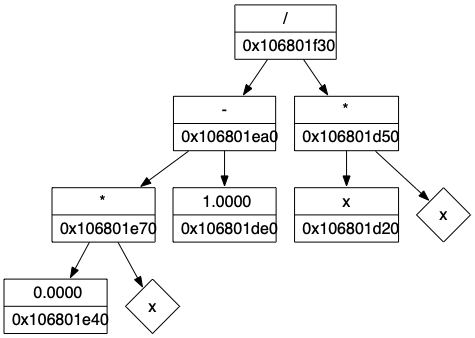
The Graphviz diagram dots/dotfile.dot.png in xmickos/Differentiator, before a commit. Its source is kept beside it as dots/dotfile.dot.
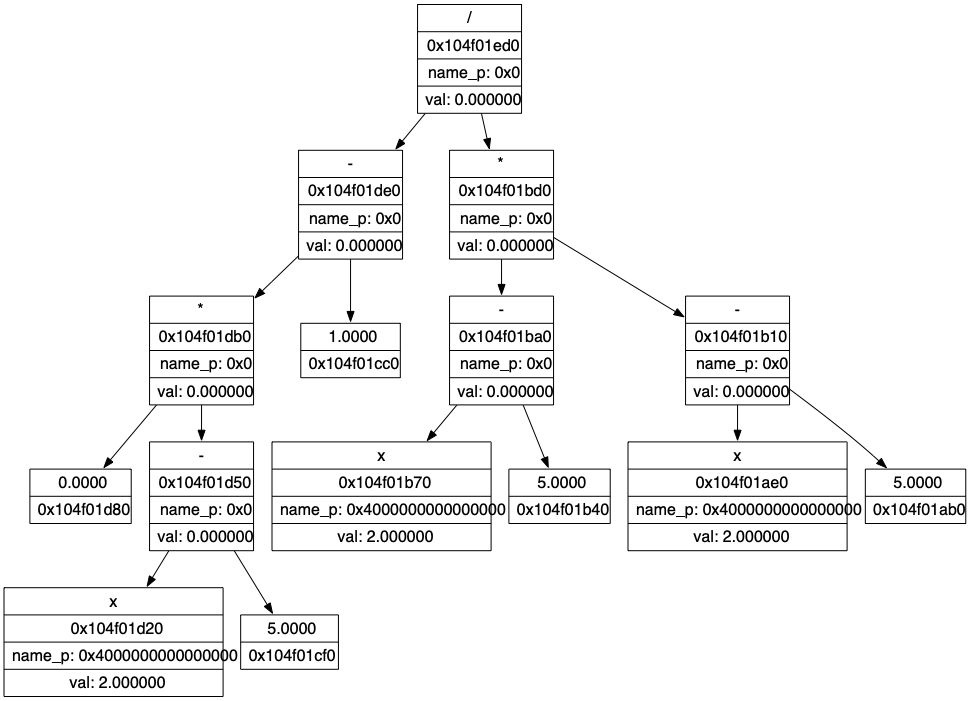
After the change.

What changed in the source:
```diff
@@ -10,64 +10,106 @@
 edge [ ];
 
 "0/0"[
-	label = "{<f0> / | <f1> 0x106801f30}"
+	label = "{<f0> / | <f1> 0x106501ed0 | <f2> name_p: 0x0 | <f3> val: 0.000000}"
 	shape=record
 ];
 
 "0/1"[
-	label = "{<f0> - | <f1> 0x106801ea0}"
+	label = "{<f0> - | <f1> 0x106501de0 | <f2> name_p: 0x0 | <f3> val: 0.000000}"
 	shape=record
 ];
 
 "0/0" -> "0/1"
 
 "128/1"[
-	label = "{<f0> * | <f1> 0x106801d50}"
+	label = "{<f0> * | <f1> 0x106501bd0 | <f2> name_p: 0x0 | <f3> val: 0.000000}"
 	shape=record
 ];
 
 "0/0" -> "128/1"
 
 "0/2"[
-	label = "{<f0> * | <f1> 0x106801e70}"
+	label = "{<f0> * | <f1> 0x106501db0 | <f2> name_p: 0x0 | <f3> val: 0.000000}"
 	shape=record
 ];
 
 "0/1" -> "0/2"
 
 "64/2"[
-	label = "{<f0> 1.0000 | <f1> 0x106801de0}"
+	label = "{<f0> 1.0000 | <f1> 0x106501cc0}"
 	shape=record
 ];
 
 "0/1" -> "64/2"
 
 "0/3"[
-	label = "{<f0> 0.0000 | <f1> 0x106801e40}"
+	label = "{<f0> 0.0000 | <f1> 0x106501d80}"
 	shape=record
 ];
 
 "0/2" -> "0/3"
 
 "32/3"[
-	label = "x"
-	shape=diamond
+	label = "{<f0> - | <f1> 0x106501d50 | <f2> name_p: 0x0 | <f3> val: 0.000000}"
+	shape=record
 ];
 
 "0/2" -> "32/3"
 
+"32/4"[
+	label = "{<f0> x | <f1> 0x106501d20 | <f2> name_p: 0x4014000000000000 | <f3> val: 5.000000}"
+	shape=record
+];
+
+"32/3" -> "32/4"
+
+"48/4"[
+	label = "{<f0> 5.0000 | <f1> 0x106501cf0}"
+	shape=record
+];
+
+"32/3" -> "48/4"
+
 "128/2"[
-	label = "{<f0> x | <f1> 0x106801d20}"
+	label = "{<f0> - | <f1> 0x106501ba0 | <f2> name_p: 0x0 | <f3> val: 0.000000}"
 	shape=record
 ];
 
 "128/1" -> "128/2"
 
 "192/2"[
-	label = "x"
-	shape=diamond
+	label = "{<f0> - | <f1> 0x106501b10 | <f2> name_p: 0x0 | <f3> val: 0.000000}"
+	shape=record
 ];
 
 "128/1" -> "192/2"
 
+"128/3"[
+	label = "{<f0> x | <f1> 0x106501b70 | <f2> name_p: 0x4014000000000000 | <f3> val: 5.000000}"
+	shape=record
+];
+
+"128/2" -> "128/3"
+
+"160/3"[
+	label = "{<f0> 5.0000 | <f1> 0x106501b40}"
+	shape=record
+];
+
+"128/2" -> "160/3"
+
+"192/3"[
+	label = "{<f0> x | <f1> 0x106501ae0 | <f2> name_p: 0x4014000000000000 | <f3> val: 5.000000}"
+	shape=record
+];
+
+"192/2" -> "192/3"
+
+"224/3"[
+	label = "{<f0> 5.0000 | <f1> 0x106501ab0}"
+	shape=record
+];
+
+"192/2" -> "224/3"
+
 }
```
